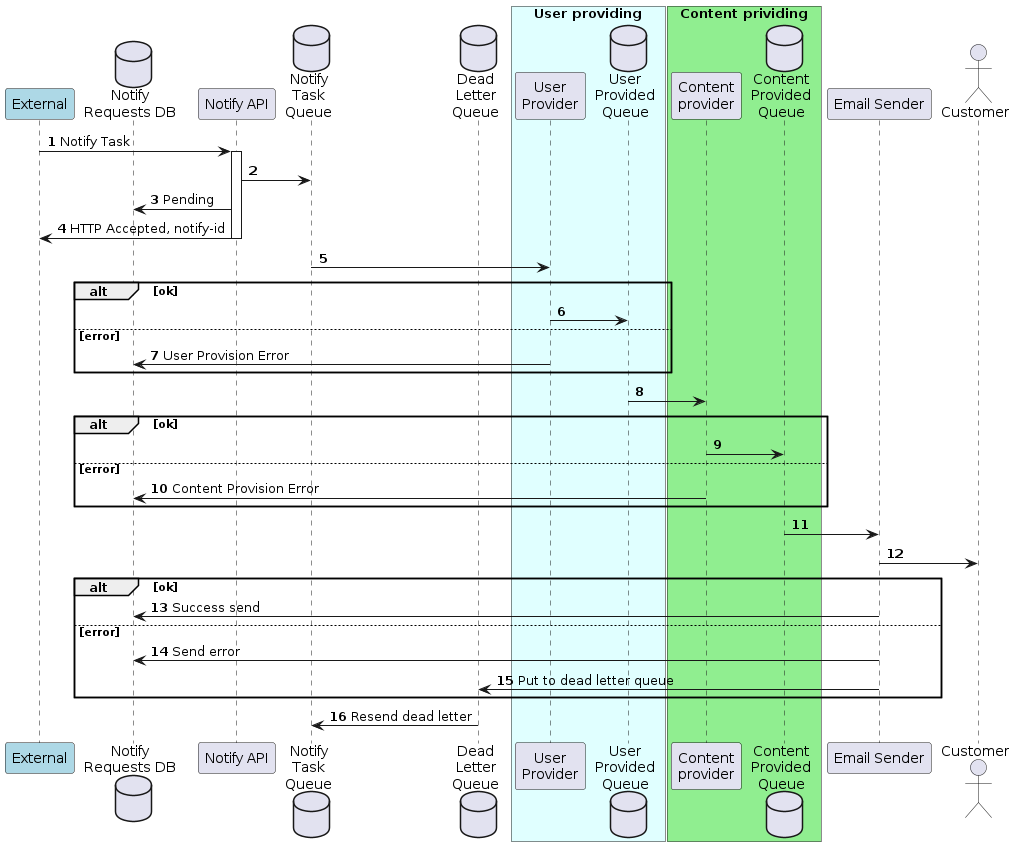
Above: diagrams/out/notify_pipeline.png in likeinlife-Yandex-Practicum/notification (PlantUML), before the change. Its diagram source:
```plantuml
@startuml notify_pipeline
skinparam WrapWidth 5
autonumber


participant external as "External" #LightBlue
database notify_requests as "Notify\nRequests DB"
participant api as "Notify API"

database notify_task_queue as "Notify\nTask\nQueue"
database dead_letter_queue as "Dead\nLetter\nQueue"

box "User providing" #LightCyan
participant user_provider as "User\nProvider"
database user_provided_queue as "User\nProvided\nQueue"
end box

box "Content prividing" #LightGreen
participant content_provider as "Content\nprovider"
database content_provided_queue as "Content\nProvided\nQueue"
end box

participant email_sender as "Email Sender"

actor customer as "Customer"

external -> api: Notify Task
activate api
api -> notify_task_queue
api -> notify_requests: Pending
api -> external: HTTP Accepted, notify-id
deactivate api

notify_task_queue -> user_provider
alt ok
    user_provider -> user_provided_queue
else error
    user_provider -> notify_requests: User Provision Error
end
user_provided_queue -> content_provider

alt ok
    content_provider -> content_provided_queue
else error
    content_provider -> notify_requests: Content Provision Error
end

content_provided_queue -> email_sender
email_sender -> customer
alt ok
    email_sender -> notify_requests: Success send
else error
    email_sender -> notify_requests: Send error
    email_sender -> dead_letter_queue: Put to dead letter queue
end

dead_letter_queue -> notify_task_queue: Resend dead letter

@enduml
```
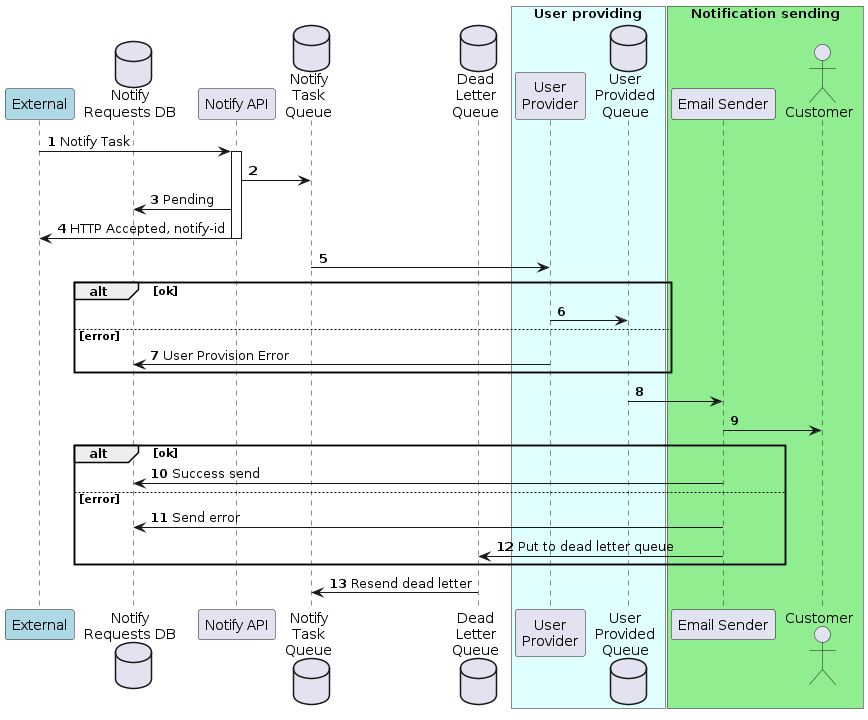
The same diagram one commit later.

Change to the diagram source:
```diff
@@ -11,18 +11,14 @@
 database dead_letter_queue as "Dead\nLetter\nQueue"
 
 box "User providing" #LightCyan
-participant user_provider as "User\nProvider"
-database user_provided_queue as "User\nProvided\nQueue"
+    participant user_provider as "User\nProvider"
+    database user_provided_queue as "User\nProvided\nQueue"
 end box
 
-box "Content prividing" #LightGreen
-participant content_provider as "Content\nprovider"
-database content_provided_queue as "Content\nProvided\nQueue"
+box "Notification sending" #LightGreen
+    participant email_sender as "Email Sender"
+    actor customer as "Customer"
 end box
-
-participant email_sender as "Email Sender"
-
-actor customer as "Customer"
 
 external -> api: Notify Task
 activate api
@@ -37,15 +33,8 @@
 else error
     user_provider -> notify_requests: User Provision Error
 end
-user_provided_queue -> content_provider
+user_provided_queue -> email_sender
 
-alt ok
-    content_provider -> content_provided_queue
-else error
-    content_provider -> notify_requests: Content Provision Error
-end
-
-content_provided_queue -> email_sender
 email_sender -> customer
 alt ok
     email_sender -> notify_requests: Success send
```
